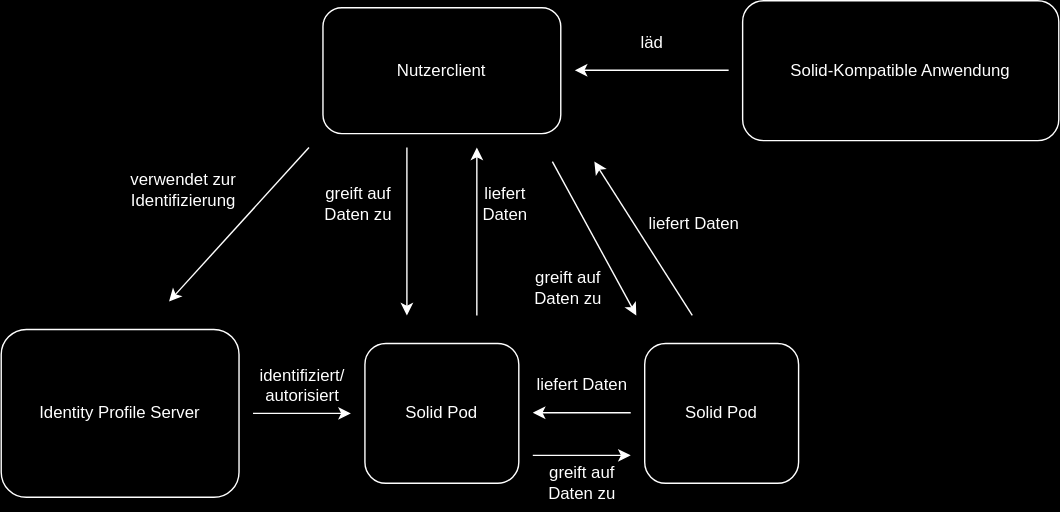
The draw.io diagram tex/folien/images/ecosystem.svg in Beleg-11-Webanwendungen-mit-Solid/abgabe, before a commit. Source tidied: cells renumbered, new cells last; positions are measured from the earlier drawing's top-left corner, leaving out a move shared by most shapes. Source of this version:
```xml
<mxGraphModel>
  <root>
    <mxCell id="0" />
    <mxCell id="1" parent="0" />
    <mxCell id="2" value="Solid Pod" style="rounded=1;whiteSpace=wrap;html=1;" parent="1" vertex="1">
      <mxGeometry x="260" y="245" width="110" height="100" as="geometry" />
    </mxCell>
    <mxCell id="3" value="&lt;div&gt;Solid Pod&lt;br&gt;&lt;/div&gt;" style="rounded=1;whiteSpace=wrap;html=1;" parent="1" vertex="1">
      <mxGeometry x="460" y="245" width="110" height="100" as="geometry" />
    </mxCell>
    <mxCell id="4" value="Nutzerclient" style="rounded=1;whiteSpace=wrap;html=1;" parent="1" vertex="1">
      <mxGeometry x="230" y="5" width="170" height="90" as="geometry" />
    </mxCell>
    <mxCell id="5" value="Solid-Kompatible Anwendung" style="rounded=1;whiteSpace=wrap;html=1;" parent="1" vertex="1">
      <mxGeometry x="530" width="226" height="100" as="geometry" />
    </mxCell>
    <mxCell id="6" value="Identity Profile Server" style="rounded=1;whiteSpace=wrap;html=1;" parent="1" vertex="1">
      <mxGeometry y="235" width="170" height="120" as="geometry" />
    </mxCell>
    <mxCell id="7" style="endArrow=classic;html=1;rounded=0;" parent="1" edge="1">
      <mxGeometry relative="1" as="geometry">
        <mxPoint x="220" y="105" as="sourcePoint" />
        <mxPoint x="120" y="215" as="targetPoint" />
      </mxGeometry>
    </mxCell>
    <mxCell id="8" style="endArrow=classic;html=1;rounded=0;" parent="1" edge="1">
      <mxGeometry relative="1" as="geometry">
        <mxPoint x="290" y="105" as="sourcePoint" />
        <mxPoint x="290" y="225" as="targetPoint" />
      </mxGeometry>
    </mxCell>
    <mxCell id="9" style="endArrow=none;html=1;rounded=0;startArrow=classic;startFill=1;endFill=0;" parent="1" edge="1">
      <mxGeometry relative="1" as="geometry">
        <mxPoint x="340" y="105" as="sourcePoint" />
        <mxPoint x="340" y="225" as="targetPoint" />
      </mxGeometry>
    </mxCell>
    <mxCell id="10" style="endArrow=classic;html=1;rounded=0;" parent="1" edge="1">
      <mxGeometry relative="1" as="geometry">
        <mxPoint x="394" y="115" as="sourcePoint" />
        <mxPoint x="454" y="225" as="targetPoint" />
      </mxGeometry>
    </mxCell>
    <mxCell id="11" style="endArrow=none;html=1;rounded=0;startArrow=classic;startFill=1;endFill=0;" parent="1" edge="1">
      <mxGeometry relative="1" as="geometry">
        <mxPoint x="424" y="115" as="sourcePoint" />
        <mxPoint x="494" y="225" as="targetPoint" />
      </mxGeometry>
    </mxCell>
    <mxCell id="12" style="endArrow=classic;html=1;rounded=0;" parent="1" edge="1">
      <mxGeometry relative="1" as="geometry">
        <mxPoint x="180" y="295" as="sourcePoint" />
        <mxPoint x="250" y="295" as="targetPoint" />
      </mxGeometry>
    </mxCell>
    <mxCell id="13" style="endArrow=classic;html=1;rounded=0;" parent="1" edge="1">
      <mxGeometry relative="1" as="geometry">
        <mxPoint x="520" y="49.8" as="sourcePoint" />
        <mxPoint x="410" y="49.8" as="targetPoint" />
      </mxGeometry>
    </mxCell>
    <mxCell id="14" value="&lt;div style=&quot;font-size: 12px;&quot;&gt;&lt;font style=&quot;font-size: 12px;&quot;&gt;verwendet zur&lt;/font&gt;&lt;/div&gt;&lt;div style=&quot;font-size: 12px;&quot;&gt;&lt;font style=&quot;font-size: 12px;&quot;&gt;Identifizierung&lt;/font&gt;&lt;/div&gt;" style="text;html=1;align=center;verticalAlign=middle;strokeColor=none;fillColor=none;rotation=0;fontSize=12;" parent="1" vertex="1">
      <mxGeometry x="80" y="115" width="100" height="40" as="geometry" />
    </mxCell>
    <mxCell id="15" value="&lt;div style=&quot;font-size: 12px;&quot;&gt;identifiziert/&lt;/div&gt;&lt;div style=&quot;font-size: 12px;&quot;&gt;autorisiert&lt;br style=&quot;font-size: 12px;&quot;&gt;&lt;/div&gt;" style="text;html=1;align=center;verticalAlign=middle;strokeColor=none;fillColor=none;rotation=0;fontSize=12;" parent="1" vertex="1">
      <mxGeometry x="175" y="255" width="80" height="40" as="geometry" />
    </mxCell>
    <mxCell id="16" style="endArrow=none;html=1;rounded=0;startArrow=classic;startFill=1;endFill=0;" parent="1" edge="1">
      <mxGeometry relative="1" as="geometry">
        <mxPoint x="380" y="294.5" as="sourcePoint" />
        <mxPoint x="450" y="294.5" as="targetPoint" />
      </mxGeometry>
    </mxCell>
    <mxCell id="17" style="endArrow=classic;html=1;rounded=0;endFill=1;startArrow=none;startFill=0;" parent="1" edge="1">
      <mxGeometry relative="1" as="geometry">
        <mxPoint x="380" y="325" as="sourcePoint" />
        <mxPoint x="450" y="325" as="targetPoint" />
      </mxGeometry>
    </mxCell>
    <mxCell id="18" value="liefert Daten" style="text;html=1;align=center;verticalAlign=middle;strokeColor=none;fillColor=none;rotation=0;fontSize=12;" parent="1" vertex="1">
      <mxGeometry x="370" y="260" width="90" height="30" as="geometry" />
    </mxCell>
    <mxCell id="19" value="&lt;div&gt;greift auf&lt;/div&gt;&lt;div&gt;Daten zu&lt;br&gt;&lt;/div&gt;" style="text;html=1;align=center;verticalAlign=middle;strokeColor=none;fillColor=none;rotation=0;fontSize=12;" parent="1" vertex="1">
      <mxGeometry x="380" y="325" width="70" height="40" as="geometry" />
    </mxCell>
    <mxCell id="20" value="läd" style="text;html=1;align=center;verticalAlign=middle;strokeColor=none;fillColor=none;rotation=0;fontSize=12;" parent="1" vertex="1">
      <mxGeometry x="445" y="15" width="40" height="30" as="geometry" />
    </mxCell>
    <mxCell id="21" value="liefert Daten" style="text;html=1;align=center;verticalAlign=middle;strokeColor=none;fillColor=none;rotation=0;fontSize=12;" parent="1" vertex="1">
      <mxGeometry x="450" y="145" width="90" height="30" as="geometry" />
    </mxCell>
    <mxCell id="22" value="&lt;div&gt;greift auf&lt;/div&gt;&lt;div&gt;Daten zu&lt;br&gt;&lt;/div&gt;" style="text;html=1;align=center;verticalAlign=middle;strokeColor=none;fillColor=none;rotation=0;fontSize=12;" parent="1" vertex="1">
      <mxGeometry x="220" y="125" width="70" height="40" as="geometry" />
    </mxCell>
    <mxCell id="23" value="&lt;div&gt;liefert&lt;/div&gt;&lt;div&gt;Daten&lt;/div&gt;" style="text;html=1;align=center;verticalAlign=middle;strokeColor=none;fillColor=none;rotation=0;fontSize=12;" parent="1" vertex="1">
      <mxGeometry x="330" y="125" width="60" height="40" as="geometry" />
    </mxCell>
    <mxCell id="24" value="&lt;div&gt;greift auf&lt;/div&gt;&lt;div&gt;Daten zu&lt;br&gt;&lt;/div&gt;" style="text;html=1;align=center;verticalAlign=middle;strokeColor=none;fillColor=none;rotation=0;fontSize=12;" parent="1" vertex="1">
      <mxGeometry x="370" y="185" width="70" height="40" as="geometry" />
    </mxCell>
  </root>
</mxGraphModel>
```
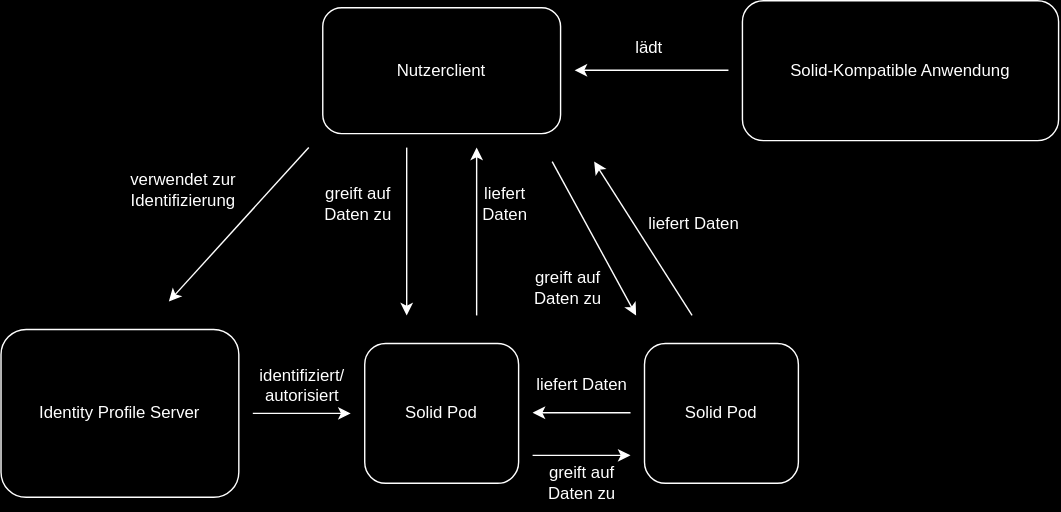
The same diagram one commit later.

Diff of the diagram source:
```diff
@@ -83,8 +83,8 @@
     <mxCell id="19" value="&lt;div&gt;greift auf&lt;/div&gt;&lt;div&gt;Daten zu&lt;br&gt;&lt;/div&gt;" style="text;html=1;align=center;verticalAlign=middle;strokeColor=none;fillColor=none;rotation=0;fontSize=12;" parent="1" vertex="1">
       <mxGeometry x="380" y="325" width="70" height="40" as="geometry" />
     </mxCell>
-    <mxCell id="20" value="läd" style="text;html=1;align=center;verticalAlign=middle;strokeColor=none;fillColor=none;rotation=0;fontSize=12;" parent="1" vertex="1">
-      <mxGeometry x="445" y="15" width="40" height="30" as="geometry" />
+    <mxCell id="20" value="lädt" style="text;html=1;align=center;verticalAlign=middle;strokeColor=none;fillColor=none;rotation=0;fontSize=12;" parent="1" vertex="1">
+      <mxGeometry x="443" y="19" width="40" height="30" as="geometry" />
     </mxCell>
     <mxCell id="21" value="liefert Daten" style="text;html=1;align=center;verticalAlign=middle;strokeColor=none;fillColor=none;rotation=0;fontSize=12;" parent="1" vertex="1">
       <mxGeometry x="450" y="145" width="90" height="30" as="geometry" />
```
